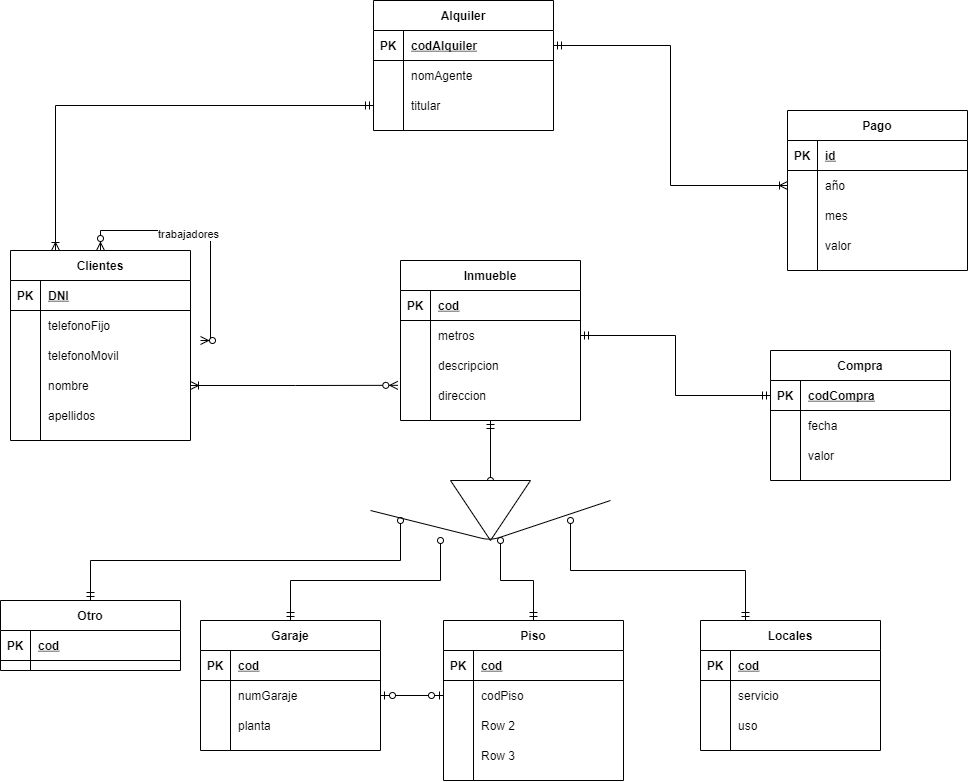
Earlier version of the draw.io export Ejercicio18.png (rayl-bot/diagrams-group8). Source tidied: cells renumbered, new cells last; positions are measured from the earlier drawing's top-left corner, leaving out a move shared by most shapes.
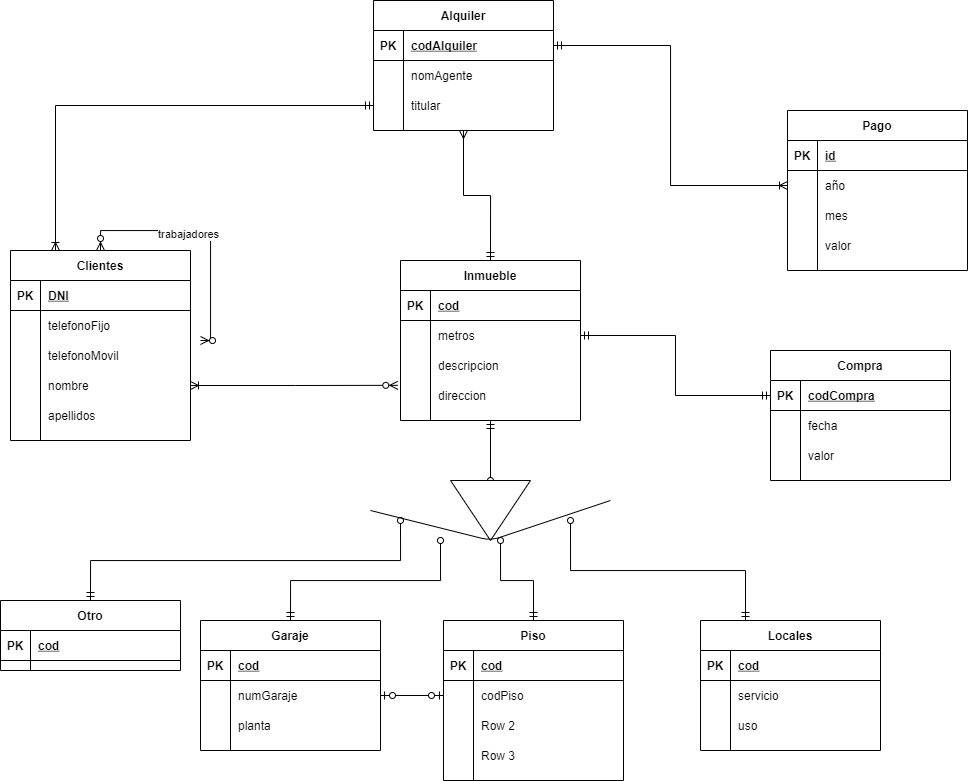
Above is the later version.

Diff of the diagram source:
```diff
@@ -278,6 +278,9 @@
     <mxCell id="87" value="valor" style="shape=partialRectangle;fillColor=none;top=0;left=0;bottom=0;right=0;align=left;spacingLeft=6;overflow=hidden;" parent="85" vertex="1">
       <mxGeometry x="30" width="150" height="30" as="geometry" />
     </mxCell>
+    <mxCell id="115" style="edgeStyle=orthogonalEdgeStyle;rounded=0;jettySize=auto;html=1;exitX=0.5;exitY=1;exitDx=0;exitDy=0;entryX=0.5;entryY=0;entryDx=0;entryDy=0;startArrow=ERmany;startFill=0;endArrow=ERmandOne;endFill=0;" parent="1" edge="1" source="88" target="20">
+      <mxGeometry relative="1" as="geometry" />
+    </mxCell>
     <mxCell id="88" value="Alquiler" style="shape=table;startSize=30;rowLines=0;fontStyle=1;align=center;" parent="1" vertex="1">
       <mxGeometry x="373" width="180" height="130" as="geometry" />
     </mxCell>
```
